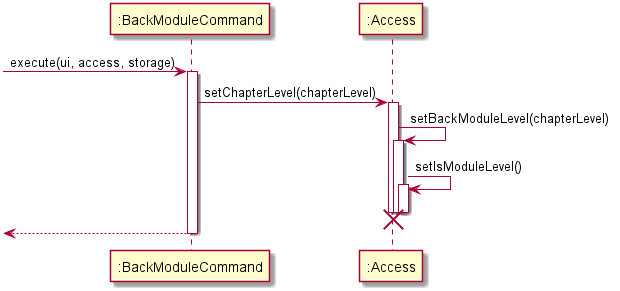
The PlantUML diagram docs/DG_Images/returnmod_seq_diagram.png in nus-cs2113-AY2021S1/tp, before a commit.
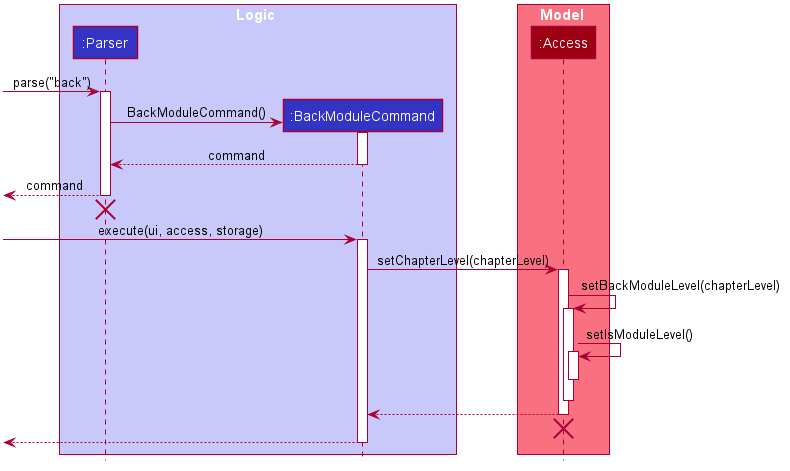
Above is the later version.

Diff of the diagram source:
```diff
@@ -1,16 +1,92 @@
 @startuml
--> ":BackModuleCommand" : execute(ui, access, storage)
-activate ":BackModuleCommand"
-":BackModuleCommand" -> ":Access" : setChapterLevel(chapterLevel)
-activate ":Access"
-":Access" -> ":Access" : setBackModuleLevel(chapterLevel)
-activate ":Access"
-":Access" -> ":Access" : setIsModuleLevel()
-activate ":Access"
-deactivate ":Access"
-deactivate ":Access"
-deactivate ":Access"
-destroy ":Access"
-<-- ":BackModuleCommand"
-deactivate ":BackModuleCommand"
+
+
+
+
+
+
+
+
+skinparam BackgroundColor #FFFFFFF
+
+skinparam Shadowing false
+
+skinparam Class {
+    FontColor #FFFFFF
+    BorderThickness 1
+    BorderColor #FFFFFF
+    StereotypeFontColor #FFFFFF
+    FontName Arial
+}
+
+skinparam Actor {
+    BorderColor #000000
+    Color #000000
+    FontName Arial
+}
+
+skinparam Sequence {
+    MessageAlign center
+    BoxFontSize 15
+    BoxPadding 0
+    BoxFontColor #FFFFFF
+    FontName Arial
+}
+
+skinparam Participant {
+    FontColor #FFFFFFF
+    Padding 20
+}
+
+skinparam MinClassWidth 50
+skinparam ParticipantPadding 10
+skinparam Shadowing false
+skinparam DefaultTextAlignment center
+skinparam packageStyle Rectangle
+
+hide footbox
+hide members
+hide circle
+
+box Logic #C8C8FA
+participant ":Parser" as Parser #3333C4
+participant ":BackModuleCommand" as BackModuleCommand #3333C4
+end box
+
+box Model #F97181
+participant ":Access" as Access #9D0012
+end box
+
+[-> Parser : parse("back")
+activate Parser
+
+create BackModuleCommand
+Parser -> BackModuleCommand : BackModuleCommand()
+activate BackModuleCommand
+
+BackModuleCommand --> Parser : command
+deactivate BackModuleCommand
+
+[<-- Parser : command
+deactivate Parser
+[<-[hidden]- Parser
+destroy Parser
+
+-> BackModuleCommand : execute(ui, access, storage)
+activate BackModuleCommand
+BackModuleCommand -> Access : setChapterLevel(chapterLevel)
+activate Access
+Access -> Access : setBackModuleLevel(chapterLevel)
+activate Access
+Access -> Access : setIsModuleLevel()
+activate Access
+deactivate Access
+[<-[hidden]- Access
+deactivate Access
+BackModuleCommand <-- Access
+deactivate Access
+[<-[hidden]- Access
+destroy Access
+<-- BackModuleCommand
+deactivate BackModuleCommand
 @enduml
```
